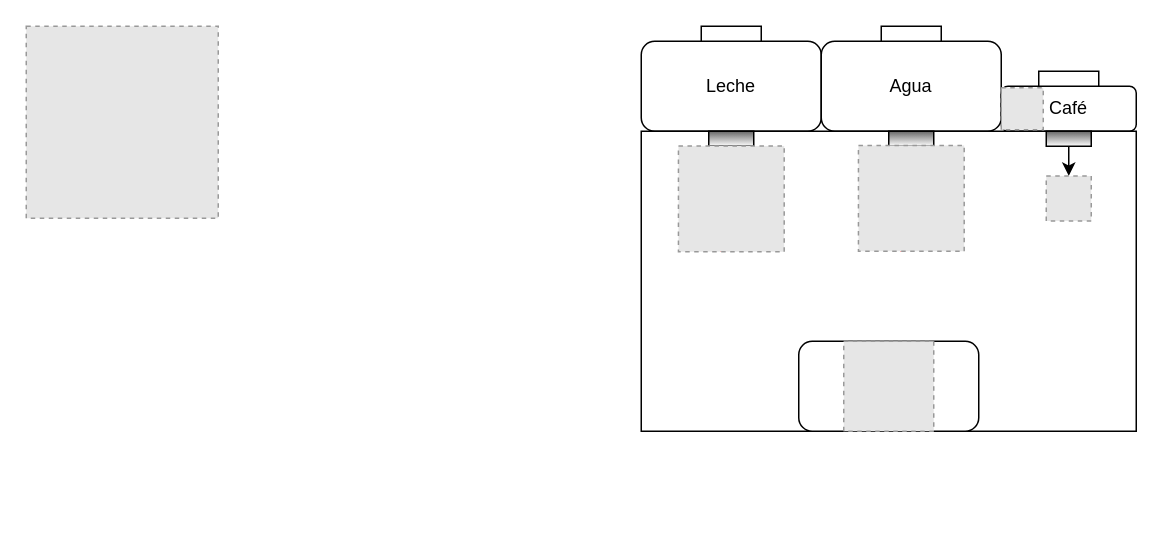
Above: TPEstructura.drawio in NehemiasMercau/TPFinalDigital3 (draw.io), before the change. Source tidied: cells renumbered, new cells numbered last; positions are measured from the earlier drawing's top-left corner, leaving out a move shared by most shapes. Both pictures are drawn from the tidied source at 150%, with x=0, y=0 at pixel (26, 26). Pictures stored in the file or linked from it are replaced by grey dashed boxes.
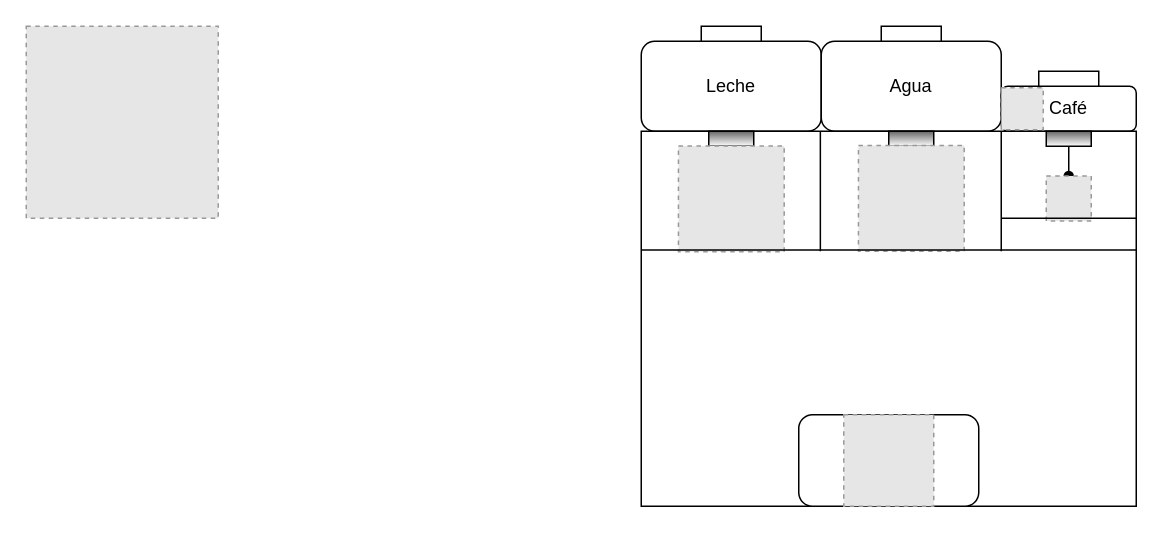
After the change.

The change refers to these unchanged cells:
```xml
<mxCell id="16" style="rounded=0;whiteSpace=wrap;html=1;fillColor=#666666;gradientColor=#ffffff;shadow=0;sketch=0;" parent="1" vertex="1">
  <mxGeometry x="680" y="70" width="30" height="10" as="geometry" />
</mxCell>
<mxCell id="21" style="fillColor=#E6E6E6;strokeColor=#999999;dashed=1;html=1;verticalAlign=top;verticalLabelPosition=bottom;labelBackgroundColor=#ffffff;" parent="1" vertex="1">
  <mxGeometry x="680" y="99.8" width="30" height="30" as="geometry" />
</mxCell>
```

Change to the diagram source:
```diff
@@
     <mxCell id="5" style="rounded=0;whiteSpace=wrap;html=1;" parent="1" vertex="1">
-      <mxGeometry x="410" y="70" width="330" height="200" as="geometry" />
+      <mxGeometry x="410" y="70" width="330" height="250" as="geometry" />
     </mxCell>
@@
     <mxCell id="10" style="rounded=1;whiteSpace=wrap;html=1;" parent="1" vertex="1">
-      <mxGeometry x="515" y="210" width="120" height="60" as="geometry" />
+      <mxGeometry x="515" y="259" width="120" height="61" as="geometry" />
     </mxCell>
     <mxCell id="11" style="fillColor=#E6E6E6;strokeColor=#999999;dashed=1;html=1;verticalAlign=top;verticalLabelPosition=bottom;labelBackgroundColor=#ffffff;" parent="1" vertex="1">
-      <mxGeometry x="545" y="210" width="60" height="60" as="geometry" />
+      <mxGeometry x="545" y="259" width="60" height="61" as="geometry" />
     </mxCell>
@@
-    <mxCell id="15" style="rounded=0;jettySize=auto;html=1;exitX=0.5;exitY=1;exitDx=0;exitDy=0;" parent="1" edge="1" source="16" target="21">
+    <mxCell id="15" style="rounded=0;jettySize=auto;html=1;exitX=0.5;exitY=1;exitDx=0;exitDy=0;endArrow=oval;endFill=1;" parent="1" edge="1" source="16" target="21">
       <mxGeometry relative="1" as="geometry" />
     </mxCell>
@@
+    <mxCell id="22" style="endArrow=none;html=1;rounded=0;" parent="1" edge="1">
+      <mxGeometry relative="1" as="geometry">
+        <mxPoint x="650" y="128" as="sourcePoint" />
+        <mxPoint x="740" y="128" as="targetPoint" />
+      </mxGeometry>
+    </mxCell>
+    <mxCell id="23" style="endArrow=none;html=1;rounded=0;" parent="1" edge="1">
+      <mxGeometry relative="1" as="geometry">
+        <mxPoint x="529.4" y="150" as="sourcePoint" />
+        <mxPoint x="529.4" y="70" as="targetPoint" />
+      </mxGeometry>
+    </mxCell>
+    <mxCell id="24" style="endArrow=none;html=1;rounded=0;" parent="1" edge="1">
+      <mxGeometry relative="1" as="geometry">
+        <mxPoint x="650" y="150" as="sourcePoint" />
+        <mxPoint x="650" y="70" as="targetPoint" />
+      </mxGeometry>
+    </mxCell>
+    <mxCell id="25" style="endArrow=none;html=1;rounded=0;" parent="1" edge="1">
+      <mxGeometry relative="1" as="geometry">
+        <mxPoint x="410" y="149.2" as="sourcePoint" />
+        <mxPoint x="740" y="149.2" as="targetPoint" />
+      </mxGeometry>
+    </mxCell>
```
